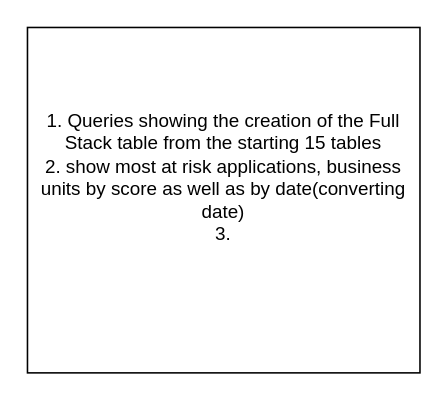
Before: page "story2" (5 of 6) of Untitled Diagram.drawio in ACummings23/DS-SQL-Exercise, a draw.io diagram. Source tidied: cells renumbered, new cells numbered last; positions are measured from the earlier drawing's top-left corner, leaving out a move shared by most shapes. Both pictures are drawn from the tidied source at 157%, with x=0, y=0 at pixel (27, 27).
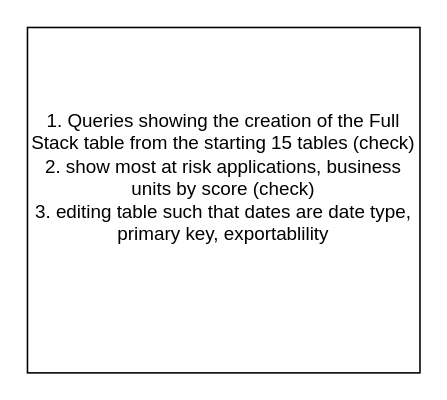
The same diagram, later.

The edit, as a diff of the source:
```diff
@@
 <mxGraphModel>
   <root>
     <mxCell id="0" />
     <mxCell id="1" parent="0" />
-    <mxCell id="2" value="&lt;div&gt;1. Queries showing the creation of the Full Stack table from the starting 15 tables&lt;/div&gt;&lt;div&gt;2. show most at risk applications, business units by score as well as by date(converting date)&lt;/div&gt;&lt;div&gt;3. &lt;br&gt;&lt;/div&gt;&lt;div&gt;&lt;br&gt;&lt;/div&gt;&lt;div&gt;&lt;br&gt;&lt;/div&gt;" style="rounded=0;whiteSpace=wrap;html=1;" parent="1" vertex="1">
+    <mxCell id="2" value="&lt;div&gt;1. Queries showing the creation of the Full Stack table from the starting 15 tables (check)&lt;br&gt;&lt;/div&gt;&lt;div&gt;2. show most at risk applications, business units by score (check)&lt;br&gt;&lt;/div&gt;&lt;div&gt;3. editing table such that dates are date type, primary key, exportablility &lt;br&gt;&lt;/div&gt;&lt;div&gt;&lt;br&gt;&lt;/div&gt;&lt;div&gt;&lt;br&gt;&lt;/div&gt;" style="rounded=0;whiteSpace=wrap;html=1;" parent="1" vertex="1">
       <mxGeometry width="250" height="220" as="geometry" />
     </mxCell>
   </root>
 </mxGraphModel>
```
